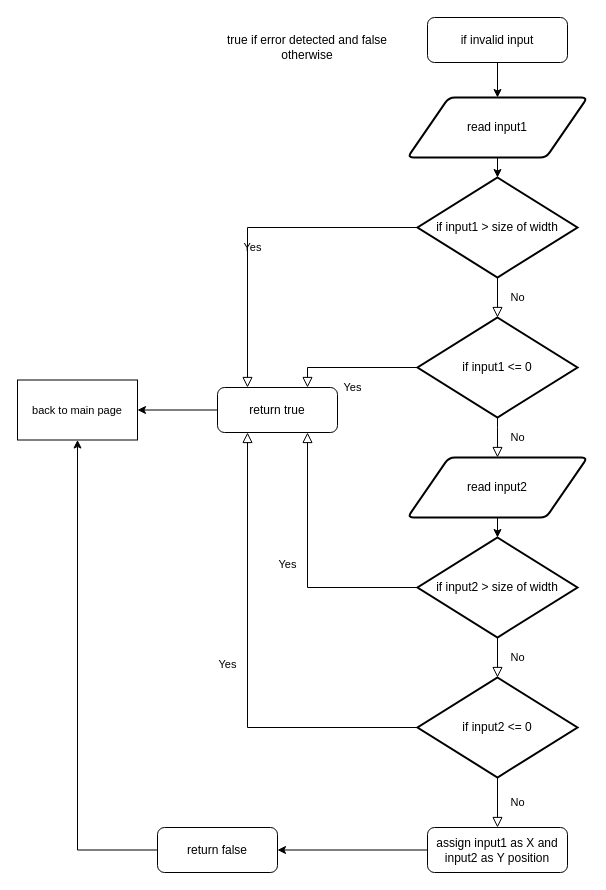
The draw.io diagram page "if invalid input" (5 of 5) of flowchart_tictactoe.drawio in thanghoang7020202/tictactoe, before the edit. Source tidied: cells renumbered, new cells numbered last; positions are measured from the earlier drawing's top-left corner, leaving out a move shared by most shapes. Both pictures are drawn from the tidied source at 100%, with x=0, y=0 at pixel (17, 17).
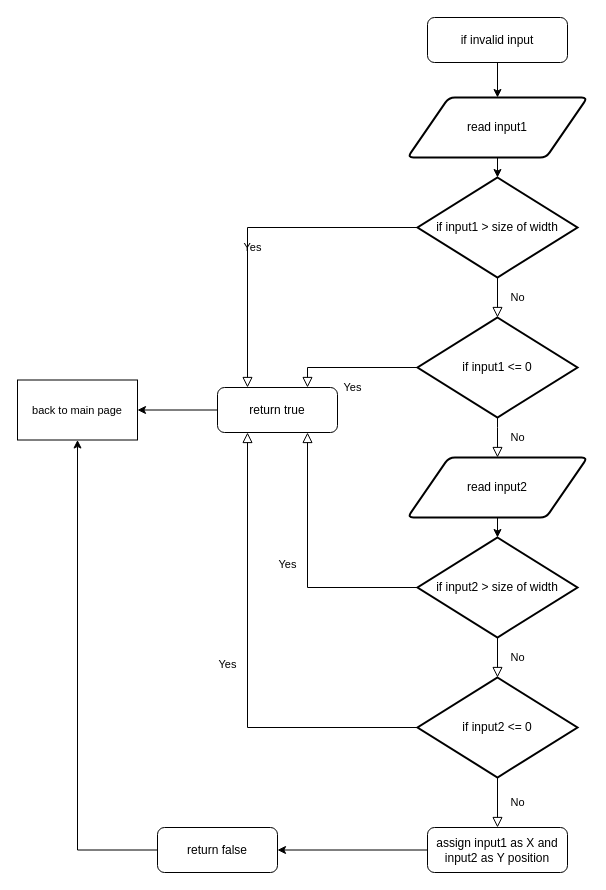
After the change.

Diff of the diagram source:
```diff
@@
-    <mxCell id="27" value="true if error detected and false otherwise" style="text;html=1;strokeColor=none;fillColor=none;align=center;verticalAlign=middle;whiteSpace=wrap;rounded=0;" parent="1" vertex="1">
-      <mxGeometry x="205" y="15" width="170" height="30" as="geometry" />
-    </mxCell>
```
